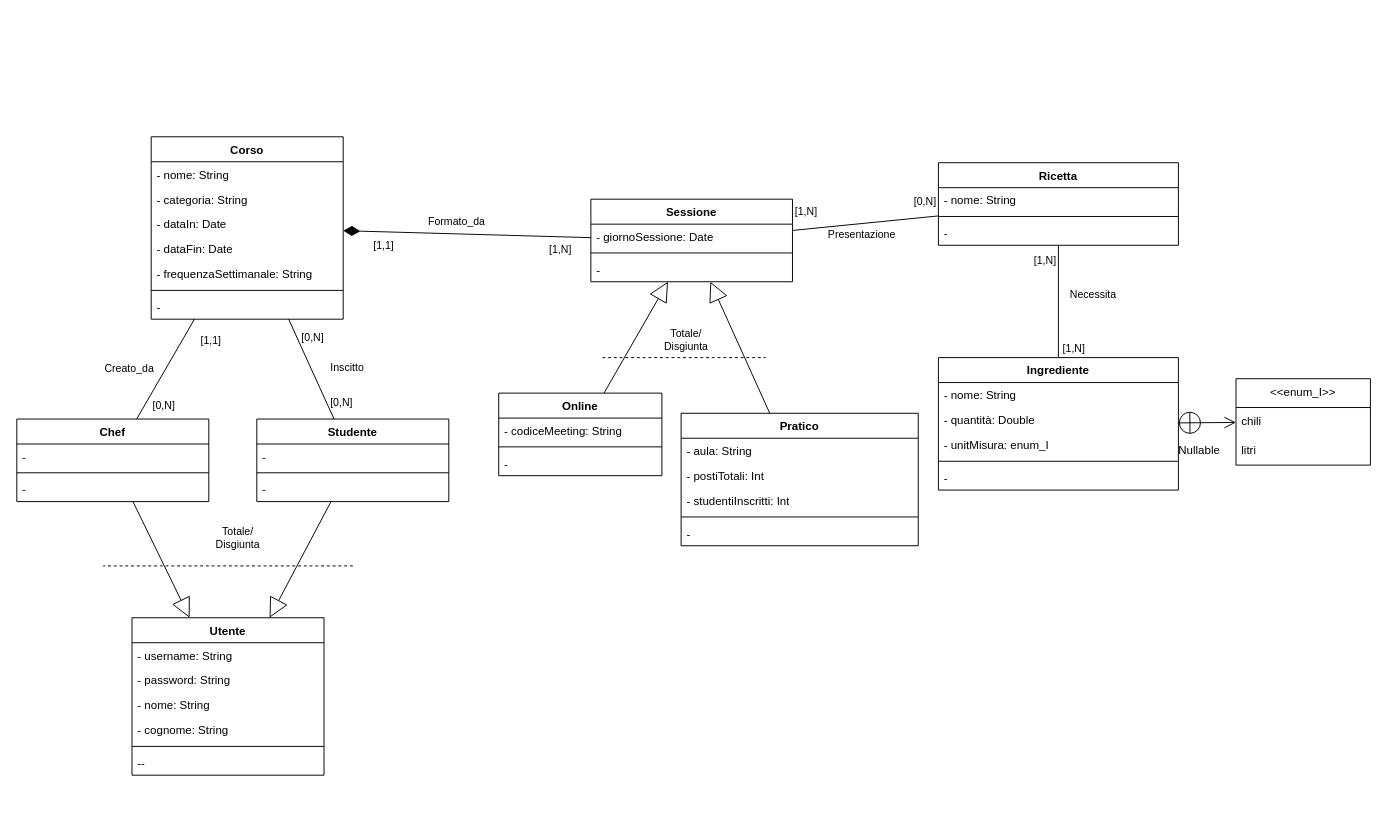
Before: page "umlNonRistrutturato" (1 of 4) of bdd/uml/UML1.drawio in MetisWastaken/UninaFoodLab, a draw.io diagram. Source tidied: cells renumbered, new cells numbered last; positions are measured from the earlier drawing's top-left corner, leaving out a move shared by most shapes. Both pictures are drawn from the tidied source at 96%, with x=0, y=0 at pixel (16, 136).
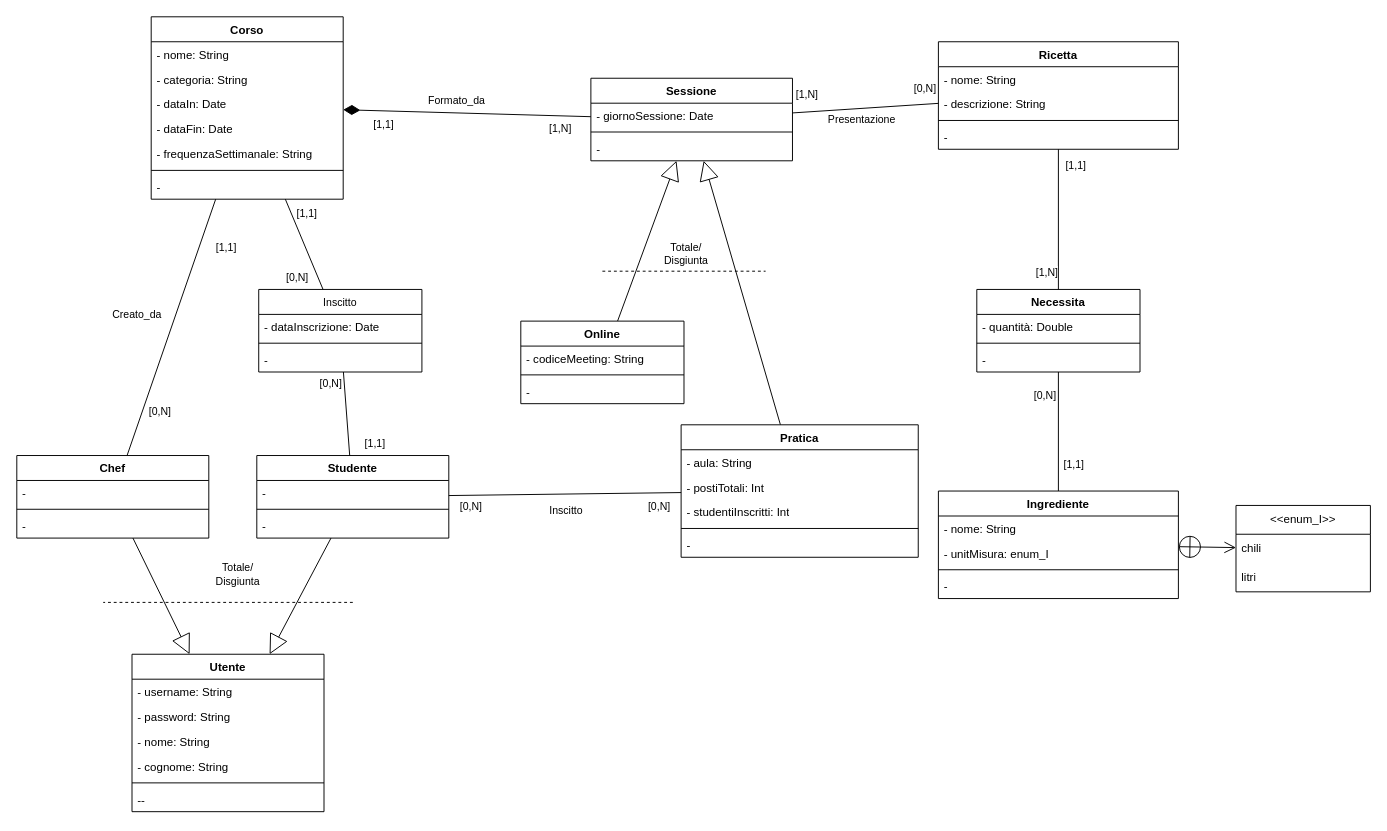
Above is the later version.

What changed in the source:
```diff
@@
     <mxCell id="2" value="Corso" style="swimlane;align=center;verticalAlign=top;horizontal=1;startSize=26;whiteSpace=wrap;html=1;" parent="1" vertex="1">
-      <mxGeometry x="140" width="200" height="190" as="geometry" />
+      <mxGeometry x="140" y="-125" width="200" height="190" as="geometry" />
     </mxCell>
@@
     <mxCell id="10" value="Utente" style="swimlane;align=center;verticalAlign=top;horizontal=1;startSize=26;whiteSpace=wrap;html=1;" parent="1" vertex="1">
-      <mxGeometry x="120" y="501" width="200" height="164" as="geometry" />
+      <mxGeometry x="120" y="539" width="200" height="164" as="geometry" />
     </mxCell>
@@
     <mxCell id="18" value="Chef" style="swimlane;align=center;verticalAlign=top;horizontal=1;startSize=26;whiteSpace=wrap;html=1;" parent="1" vertex="1">
-      <mxGeometry y="294" width="200" height="86" as="geometry" />
+      <mxGeometry y="332" width="200" height="86" as="geometry" />
     </mxCell>
@@
     <mxCell id="23" value="Studente" style="swimlane;align=center;verticalAlign=top;horizontal=1;startSize=26;whiteSpace=wrap;html=1;" parent="1" vertex="1">
-      <mxGeometry x="250" y="294" width="200" height="86" as="geometry" />
+      <mxGeometry x="250" y="332" width="200" height="86" as="geometry" />
     </mxCell>
@@
     <mxCell id="27" value="Sessione" style="swimlane;align=center;verticalAlign=top;horizontal=1;startSize=26;whiteSpace=wrap;html=1;" parent="1" vertex="1">
-      <mxGeometry x="598" y="65" width="210" height="86" as="geometry" />
+      <mxGeometry x="598" y="-61" width="210" height="86" as="geometry" />
     </mxCell>
@@
     <mxCell id="32" value="Online" style="swimlane;align=center;verticalAlign=top;horizontal=1;startSize=26;whiteSpace=wrap;html=1;" parent="1" vertex="1">
-      <mxGeometry x="502" y="267" width="170" height="86" as="geometry" />
+      <mxGeometry x="525" y="192" width="170" height="86" as="geometry" />
     </mxCell>
@@
-    <mxCell id="37" value="Pratico" style="swimlane;align=center;verticalAlign=top;horizontal=1;startSize=26;whiteSpace=wrap;html=1;" parent="1" vertex="1">
-      <mxGeometry x="692" y="288" width="247" height="138" as="geometry" />
+    <mxCell id="37" value="Pratica" style="swimlane;align=center;verticalAlign=top;horizontal=1;startSize=26;whiteSpace=wrap;html=1;" parent="1" vertex="1">
+      <mxGeometry x="692" y="300" width="247" height="138" as="geometry" />
     </mxCell>
@@
-    <mxCell id="43" style="rounded=0;jettySize=auto;html=1;endArrow=none;endFill=0;" parent="1" edge="1" source="47" target="71">
+    <mxCell id="43" style="rounded=0;jettySize=auto;html=1;endArrow=none;endFill=0;" parent="1" edge="1" source="46" target="71">
       <mxGeometry relative="1" as="geometry" />
     </mxCell>
-    <mxCell id="44" value="[1,N]" style="edgeLabel;html=1;align=center;verticalAlign=middle;" parent="43" vertex="1">
+    <mxCell id="44" value="[1,1]" style="edgeLabel;html=1;align=center;verticalAlign=middle;" parent="43" vertex="1">
       <mxGeometry x="-0.63" y="-1" relative="1" as="geometry">
-        <mxPoint x="16" y="85" as="offset" />
+        <mxPoint x="16" y="72" as="offset" />
       </mxGeometry>
     </mxCell>
-    <mxCell id="45" value="[1,N]" style="edgeLabel;html=1;align=center;verticalAlign=middle;" parent="43" vertex="1">
+    <mxCell id="45" value="[0,N]" style="edgeLabel;html=1;align=center;verticalAlign=middle;" parent="43" vertex="1">
       <mxGeometry x="-0.74" y="-1" relative="1" as="geometry">
-        <mxPoint x="-14" as="offset" />
+        <mxPoint x="-14" y="8" as="offset" />
       </mxGeometry>
     </mxCell>
-    <mxCell id="46" value="Necessita" style="edgeLabel;html=1;align=center;verticalAlign=middle;points=[];" parent="43" vertex="1">
-      <mxGeometry x="-0.15" y="1" relative="1" as="geometry">
-        <mxPoint x="34" as="offset" />
-      </mxGeometry>
-    </mxCell>
     <mxCell id="47" value="Ricetta" style="swimlane;align=center;verticalAlign=top;horizontal=1;startSize=26;whiteSpace=wrap;html=1;" parent="1" vertex="1">
-      <mxGeometry x="960" y="27" width="250" height="86" as="geometry" />
+      <mxGeometry x="960" y="-99" width="250" height="112" as="geometry" />
     </mxCell>
@@
+    <mxCell id="82" value="- descrizione: String" style="text;strokeColor=none;fillColor=none;align=left;verticalAlign=top;spacingLeft=4;spacingRight=4;overflow=hidden;whiteSpace=wrap;html=1;" parent="47" vertex="1">
+      <mxGeometry y="52" width="250" height="26" as="geometry" />
+    </mxCell>
     <mxCell id="49" style="line;strokeWidth=1;fillColor=none;align=left;verticalAlign=middle;spacingTop=-1;spacingLeft=3;spacingRight=3;labelPosition=right;strokeColor=inherit;" parent="47" vertex="1">
-      <mxGeometry y="52" width="250" height="8" as="geometry" />
+      <mxGeometry y="78" width="250" height="8" as="geometry" />
     </mxCell>
     <mxCell id="50" value="-" style="text;strokeColor=none;fillColor=none;align=left;verticalAlign=top;spacingLeft=4;spacingRight=4;overflow=hidden;whiteSpace=wrap;html=1;" parent="47" vertex="1">
-      <mxGeometry y="60" width="250" height="26" as="geometry" />
+      <mxGeometry y="86" width="250" height="26" as="geometry" />
     </mxCell>
     <mxCell id="51" style="endArrow=none;dashed=1;html=1;rounded=0;" parent="1" edge="1">
       <mxGeometry relative="1" as="geometry">
-        <mxPoint x="350" y="447" as="sourcePoint" />
-        <mxPoint x="90" y="447" as="targetPoint" />
+        <mxPoint x="350" y="485" as="sourcePoint" />
+        <mxPoint x="90" y="485" as="targetPoint" />
       </mxGeometry>
     </mxCell>
@@
     <mxCell id="53" style="endArrow=none;dashed=1;html=1;rounded=0;" parent="1" edge="1">
       <mxGeometry relative="1" as="geometry">
-        <mxPoint x="610" y="230" as="sourcePoint" />
-        <mxPoint x="780" y="230" as="targetPoint" />
+        <mxPoint x="610" y="140" as="sourcePoint" />
+        <mxPoint x="780" y="140" as="targetPoint" />
       </mxGeometry>
     </mxCell>
@@
-    <mxCell id="59" style="edgeStyle=none;shape=connector;rounded=0;jettySize=auto;html=1;strokeColor=default;strokeWidth=1;align=center;verticalAlign=middle;endArrow=none;endFill=0;endSize=6;" parent="1" edge="1" source="23" target="2">
-      <mxGeometry relative="1" as="geometry" />
-    </mxCell>
-    <mxCell id="60" value="Inscitto" style="edgeLabel;html=1;align=center;verticalAlign=middle;" parent="59" vertex="1">
-      <mxGeometry x="-0.14" y="-2" relative="1" as="geometry">
-        <mxPoint x="32" y="-9" as="offset" />
-      </mxGeometry>
-    </mxCell>
-    <mxCell id="61" value="[0,N]" style="edgeLabel;html=1;align=center;verticalAlign=middle;" parent="59" vertex="1">
-      <mxGeometry x="0.61" relative="1" as="geometry">
-        <mxPoint x="15" y="-2" as="offset" />
-      </mxGeometry>
-    </mxCell>
-    <mxCell id="62" value="[0,N]" style="edgeLabel;html=1;align=center;verticalAlign=middle;" parent="59" vertex="1">
-      <mxGeometry x="-0.67" y="-1" relative="1" as="geometry">
-        <mxPoint x="14" as="offset" />
-      </mxGeometry>
-    </mxCell>
-    <mxCell id="63" style="edgeStyle=none;shape=connector;rounded=0;jettySize=auto;html=1;strokeColor=default;strokeWidth=1;align=center;verticalAlign=middle;endArrow=diamondThin;endFill=1;endSize=15;startArrow=none;startFill=0;" parent="1" edge="1" source="27" target="2">
-      <mxGeometry relative="1" as="geometry" />
+    <mxCell id="63" style="edgeStyle=none;shape=connector;rounded=0;jettySize=auto;html=1;strokeColor=default;strokeWidth=1;align=center;verticalAlign=middle;endArrow=diamondThin;endFill=1;endSize=15;startArrow=none;startFill=0;" parent="1" edge="1" source="27">
+      <mxGeometry relative="1" as="geometry">
+        <mxPoint x="340" y="-28.2" as="targetPoint" />
+      </mxGeometry>
     </mxCell>
@@
     <mxCell id="71" value="Ingrediente" style="swimlane;align=center;verticalAlign=top;horizontal=1;startSize=26;whiteSpace=wrap;html=1;" parent="1" vertex="1">
-      <mxGeometry x="960" y="230" width="250" height="138" as="geometry" />
+      <mxGeometry x="960" y="369" width="250" height="112" as="geometry" />
     </mxCell>
@@
-    <mxCell id="73" value="- quantità: Double" style="text;strokeColor=none;fillColor=none;align=left;verticalAlign=top;spacingLeft=4;spacingRight=4;overflow=hidden;whiteSpace=wrap;html=1;" parent="71" vertex="1">
-      <mxGeometry y="52" width="250" height="26" as="geometry" />
-    </mxCell>
     <mxCell id="74" value="- unitMisura: enum_I" style="text;strokeColor=none;fillColor=none;align=left;verticalAlign=top;spacingLeft=4;spacingRight=4;overflow=hidden;whiteSpace=wrap;html=1;" parent="71" vertex="1">
-      <mxGeometry y="78" width="250" height="26" as="geometry" />
+      <mxGeometry y="52" width="250" height="26" as="geometry" />
     </mxCell>
     <mxCell id="75" style="line;strokeWidth=1;fillColor=none;align=left;verticalAlign=middle;spacingTop=-1;spacingLeft=3;spacingRight=3;labelPosition=right;strokeColor=inherit;" parent="71" vertex="1">
-      <mxGeometry y="104" width="250" height="8" as="geometry" />
+      <mxGeometry y="78" width="250" height="8" as="geometry" />
     </mxCell>
     <mxCell id="76" value="-" style="text;strokeColor=none;fillColor=none;align=left;verticalAlign=top;spacingLeft=4;spacingRight=4;overflow=hidden;whiteSpace=wrap;html=1;" parent="71" vertex="1">
-      <mxGeometry y="112" width="250" height="26" as="geometry" />
+      <mxGeometry y="86" width="250" height="26" as="geometry" />
     </mxCell>
@@
     <mxCell id="78" value="&amp;lt;&amp;lt;enum_I&amp;gt;&amp;gt;" style="swimlane;fontStyle=0;horizontal=1;startSize=30;whiteSpace=wrap;html=1;" parent="1" vertex="1">
-      <mxGeometry x="1270" y="252" width="140" height="90" as="geometry" />
+      <mxGeometry x="1270" y="384" width="140" height="90" as="geometry" />
     </mxCell>
@@
-    <mxCell id="81" value="Nullable" style="text;html=1;whiteSpace=wrap;strokeColor=none;fillColor=none;align=center;verticalAlign=middle;rounded=0;" parent="1" vertex="1">
-      <mxGeometry x="1202" y="312" width="60" height="30" as="geometry" />
-    </mxCell>
+    <mxCell id="83" style="edgeStyle=none;shape=connector;rounded=0;jettySize=auto;html=1;strokeColor=default;strokeWidth=1;align=center;verticalAlign=middle;endArrow=none;endFill=0;endSize=6;" parent="1" edge="1" source="37" target="23">
+      <mxGeometry relative="1" as="geometry" />
+    </mxCell>
+    <mxCell id="60" value="Inscitto" style="edgeLabel;html=1;align=center;verticalAlign=middle;" parent="83" vertex="1">
+      <mxGeometry x="-0.14" y="-2" relative="1" as="geometry">
+        <mxPoint x="-16" y="19" as="offset" />
+      </mxGeometry>
+    </mxCell>
+    <mxCell id="84" value="[0,N]" style="edgeLabel;html=1;align=center;verticalAlign=middle;" parent="83" vertex="1">
+      <mxGeometry x="0.61" relative="1" as="geometry">
+        <mxPoint x="-25" y="11" as="offset" />
+      </mxGeometry>
+    </mxCell>
+    <mxCell id="85" value="[0,N]" style="edgeLabel;html=1;align=center;verticalAlign=middle;" parent="83" vertex="1">
+      <mxGeometry x="-0.67" y="-1" relative="1" as="geometry">
+        <mxPoint x="17" y="14" as="offset" />
+      </mxGeometry>
+    </mxCell>
+    <mxCell id="46" value="Necessita" style="swimlane;align=center;verticalAlign=top;horizontal=1;startSize=26;whiteSpace=wrap;html=1;" parent="1" vertex="1">
+      <mxGeometry x="1000" y="159" width="170" height="86" as="geometry" />
+    </mxCell>
+    <mxCell id="73" value="- quantità: Double" style="text;strokeColor=none;fillColor=none;align=left;verticalAlign=top;spacingLeft=4;spacingRight=4;overflow=hidden;whiteSpace=wrap;html=1;" parent="46" vertex="1">
+      <mxGeometry y="26" width="170" height="26" as="geometry" />
+    </mxCell>
+    <mxCell id="86" style="line;strokeWidth=1;fillColor=none;align=left;verticalAlign=middle;spacingTop=-1;spacingLeft=3;spacingRight=3;labelPosition=right;strokeColor=inherit;" parent="46" vertex="1">
+      <mxGeometry y="52" width="170" height="8" as="geometry" />
+    </mxCell>
+    <mxCell id="87" value="-" style="text;strokeColor=none;fillColor=none;align=left;verticalAlign=top;spacingLeft=4;spacingRight=4;overflow=hidden;whiteSpace=wrap;html=1;" parent="46" vertex="1">
+      <mxGeometry y="60" width="170" height="26" as="geometry" />
+    </mxCell>
+    <mxCell id="88" style="rounded=0;jettySize=auto;html=1;endArrow=none;endFill=0;" parent="1" edge="1" source="46" target="47">
+      <mxGeometry relative="1" as="geometry" />
+    </mxCell>
+    <mxCell id="89" value="[1,1]" style="edgeLabel;html=1;align=center;verticalAlign=middle;" parent="88" vertex="1">
+      <mxGeometry x="-0.63" y="-1" relative="1" as="geometry">
+        <mxPoint x="16" y="-103" as="offset" />
+      </mxGeometry>
+    </mxCell>
+    <mxCell id="90" value="[1,N]" style="edgeLabel;html=1;align=center;verticalAlign=middle;" parent="88" vertex="1">
+      <mxGeometry x="-0.74" y="-1" relative="1" as="geometry">
+        <mxPoint x="-14" as="offset" />
+      </mxGeometry>
+    </mxCell>
+    <mxCell id="91" style="rounded=0;jettySize=auto;html=1;endArrow=none;endFill=0;" parent="1" edge="1" source="94" target="23">
+      <mxGeometry relative="1" as="geometry" />
+    </mxCell>
+    <mxCell id="92" value="[1,1]" style="edgeLabel;html=1;align=center;verticalAlign=middle;" parent="91" vertex="1">
+      <mxGeometry x="-0.63" y="-1" relative="1" as="geometry">
+        <mxPoint x="32" y="58" as="offset" />
+      </mxGeometry>
+    </mxCell>
+    <mxCell id="93" value="[0,N]" style="edgeLabel;html=1;align=center;verticalAlign=middle;" parent="91" vertex="1">
+      <mxGeometry x="-0.74" y="-1" relative="1" as="geometry">
+        <mxPoint x="-14" as="offset" />
+      </mxGeometry>
+    </mxCell>
+    <mxCell id="94" value="&lt;span style=&quot;font-size: 11px; font-weight: 400; text-wrap-mode: nowrap; background-color: rgb(255, 255, 255);&quot;&gt;Inscitto&lt;/span&gt;" style="swimlane;align=center;verticalAlign=top;horizontal=1;startSize=26;whiteSpace=wrap;html=1;" parent="1" vertex="1">
+      <mxGeometry x="252" y="159" width="170" height="86" as="geometry" />
+    </mxCell>
+    <mxCell id="95" value="- dataInscrizione: Date" style="text;strokeColor=none;fillColor=none;align=left;verticalAlign=top;spacingLeft=4;spacingRight=4;overflow=hidden;whiteSpace=wrap;html=1;" parent="94" vertex="1">
+      <mxGeometry y="26" width="170" height="26" as="geometry" />
+    </mxCell>
+    <mxCell id="96" style="line;strokeWidth=1;fillColor=none;align=left;verticalAlign=middle;spacingTop=-1;spacingLeft=3;spacingRight=3;labelPosition=right;strokeColor=inherit;" parent="94" vertex="1">
+      <mxGeometry y="52" width="170" height="8" as="geometry" />
+    </mxCell>
+    <mxCell id="97" value="-" style="text;strokeColor=none;fillColor=none;align=left;verticalAlign=top;spacingLeft=4;spacingRight=4;overflow=hidden;whiteSpace=wrap;html=1;" parent="94" vertex="1">
+      <mxGeometry y="60" width="170" height="26" as="geometry" />
+    </mxCell>
+    <mxCell id="98" style="rounded=0;jettySize=auto;html=1;endArrow=none;endFill=0;" parent="1" edge="1" source="94" target="2">
+      <mxGeometry relative="1" as="geometry" />
+    </mxCell>
+    <mxCell id="99" value="[1,1]" style="edgeLabel;html=1;align=center;verticalAlign=middle;" parent="98" vertex="1">
+      <mxGeometry x="-0.63" y="-1" relative="1" as="geometry">
+        <mxPoint x="-11" y="-62" as="offset" />
+      </mxGeometry>
+    </mxCell>
+    <mxCell id="100" value="[0,N]" style="edgeLabel;html=1;align=center;verticalAlign=middle;" parent="98" vertex="1">
+      <mxGeometry x="-0.74" y="-1" relative="1" as="geometry">
+        <mxPoint x="-23" as="offset" />
+      </mxGeometry>
+    </mxCell>
```
